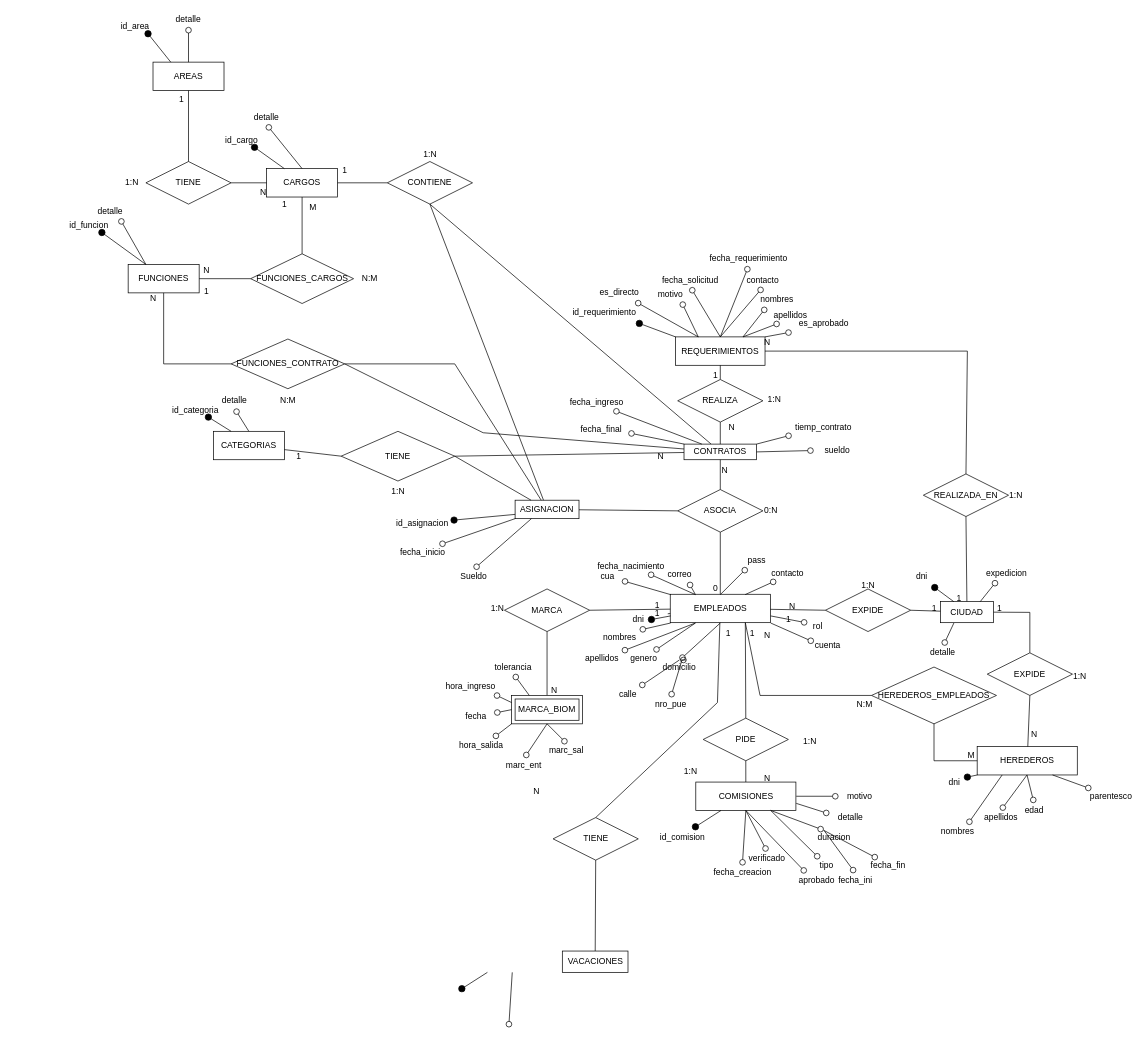
tomyivan/diagramas-DB keeps this draw.io diagram as page "Página-2" (2 of 4) of Diagrama SRH.drawio. Above is the earlier version. Source tidied: cells renumbered, new cells numbered last; positions are measured from the earlier drawing's top-left corner, leaving out a move shared by most shapes. Both pictures are drawn from the tidied source at 71%, with x=0, y=0 at pixel (64, 12).
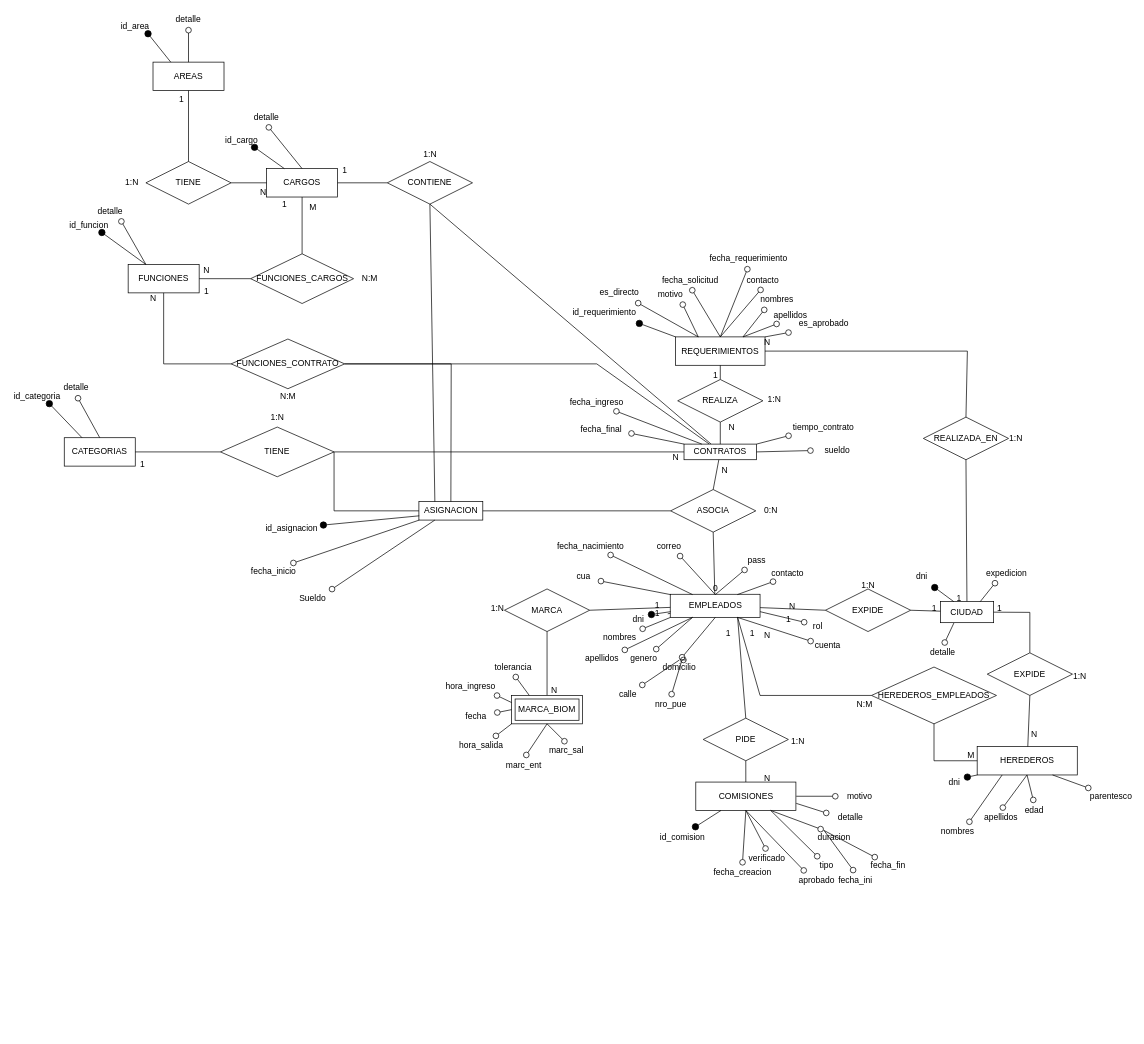
The same page after the edit.

Unchanged cells that the change refers to:
```xml
<mxCell id="46" value="CONTIENE" style="shape=rhombus;perimeter=rhombusPerimeter;whiteSpace=wrap;html=1;align=center;" parent="1" vertex="1">
  <mxGeometry x="455" y="210" width="120" height="60" as="geometry" />
</mxCell>
<mxCell id="51" value="FUNCIONES_CONTRATO" style="shape=rhombus;perimeter=rhombusPerimeter;whiteSpace=wrap;html=1;align=center;" parent="1" vertex="1">
  <mxGeometry x="235" y="460" width="160" height="70" as="geometry" />
</mxCell>
<mxCell id="181" value="CONTRATOS" style="whiteSpace=wrap;html=1;align=center;" parent="1" vertex="1">
  <mxGeometry x="872.9" y="608" width="102.2" height="22" as="geometry" />
</mxCell>
```

The edit, as a diff of the source:
```diff
@@
     <mxCell id="53" style="endArrow=none;html=1;rounded=0;exitX=1;exitY=0.5;exitDx=0;exitDy=0;" parent="1" edge="1" source="51" target="181">
       <mxGeometry relative="1" as="geometry">
         <Array as="points">
-          <mxPoint x="590" y="592" />
+          <mxPoint x="750" y="495" />
         </Array>
       </mxGeometry>
     </mxCell>
@@
     <mxCell id="55" value="N:M" style="text;html=1;align=center;verticalAlign=middle;strokeColor=none;fillColor=none;" parent="1" vertex="1">
-      <mxGeometry x="290" y="532" width="50" height="30" as="geometry" />
+      <mxGeometry x="290" y="526" width="50" height="30" as="geometry" />
     </mxCell>
     <mxCell id="56" value="EMPLEADOS" style="whiteSpace=wrap;html=1;align=center;" parent="1" vertex="1">
-      <mxGeometry x="853.5" y="819.5" width="141" height="40" as="geometry" />
+      <mxGeometry x="853.5" y="819.5" width="126.5" height="32.5" as="geometry" />
     </mxCell>
@@
     <mxCell id="66" value="fecha_nacimiento" style="whiteSpace=wrap;html=1;align=center;strokeColor=none;fillColor=none;" parent="1" vertex="1">
-      <mxGeometry x="750.5" y="770" width="95" height="20" as="geometry" />
+      <mxGeometry x="694" y="742" width="95" height="20" as="geometry" />
     </mxCell>
@@
     <mxCell id="77" value="correo" style="whiteSpace=wrap;html=1;align=center;strokeColor=none;fillColor=none;" parent="1" vertex="1">
-      <mxGeometry x="841.5" y="782" width="50" height="20" as="geometry" />
+      <mxGeometry x="826.5" y="742" width="50" height="20" as="geometry" />
     </mxCell>
@@
     <mxCell id="81" value="cua" style="whiteSpace=wrap;html=1;align=center;strokeColor=none;fillColor=none;" parent="1" vertex="1">
-      <mxGeometry x="746.2" y="784.5" width="38.8" height="20" as="geometry" />
+      <mxGeometry x="711.8" y="784.5" width="38.8" height="20" as="geometry" />
     </mxCell>
@@
     <mxCell id="98" value="REALIZADA_EN" style="shape=rhombus;perimeter=rhombusPerimeter;whiteSpace=wrap;html=1;align=center;" parent="1" vertex="1">
-      <mxGeometry x="1210" y="650" width="120" height="60" as="geometry" />
+      <mxGeometry x="1210" y="570" width="120" height="60" as="geometry" />
     </mxCell>
@@
     <mxCell id="105" value="1:N" style="text;html=1;align=center;verticalAlign=middle;strokeColor=none;fillColor=none;" parent="1" vertex="1">
-      <mxGeometry x="1320" y="665" width="40" height="30" as="geometry" />
+      <mxGeometry x="1320" y="585" width="40" height="30" as="geometry" />
     </mxCell>
@@
     <mxCell id="149" value="1:N" style="text;html=1;align=center;verticalAlign=middle;strokeColor=none;fillColor=none;" parent="1" vertex="1">
-      <mxGeometry x="1030" y="1012" width="40" height="30" as="geometry" />
+      <mxGeometry x="1012.8" y="1012" width="40" height="30" as="geometry" />
     </mxCell>
@@
-    <mxCell id="156" value="TIENE" style="shape=rhombus;perimeter=rhombusPerimeter;whiteSpace=wrap;html=1;align=center;" parent="1" vertex="1">
-      <mxGeometry x="688.5" y="1134" width="120" height="60" as="geometry" />
-    </mxCell>
-    <mxCell id="157" style="endArrow=none;html=1;rounded=0;exitX=0.5;exitY=0;exitDx=0;exitDy=0;" parent="1" edge="1" source="156" target="56">
-      <mxGeometry relative="1" as="geometry">
-        <Array as="points">
-          <mxPoint x="920" y="972" />
-        </Array>
-      </mxGeometry>
-    </mxCell>
-    <mxCell id="158" style="endArrow=none;html=1;rounded=0;entryX=0.5;entryY=1;entryDx=0;entryDy=0;" parent="1" edge="1" source="159" target="156">
-      <mxGeometry relative="1" as="geometry" />
-    </mxCell>
-    <mxCell id="159" value="VACACIONES" style="whiteSpace=wrap;html=1;align=center;" parent="1" vertex="1">
-      <mxGeometry x="701.5" y="1322" width="92.5" height="30" as="geometry" />
-    </mxCell>
@@
-    <mxCell id="161" value="N" style="text;html=1;align=center;verticalAlign=middle;strokeColor=none;fillColor=none;" parent="1" vertex="1">
-      <mxGeometry x="650" y="1082" width="30" height="30" as="geometry" />
-    </mxCell>
-    <mxCell id="162" value="1:N" style="text;html=1;align=center;verticalAlign=middle;strokeColor=none;fillColor=none;" parent="1" vertex="1">
-      <mxGeometry x="862" y="1054" width="40" height="30" as="geometry" />
-    </mxCell>
@@
-    <mxCell id="188" value="tiemp_contrato" style="whiteSpace=wrap;html=1;align=center;strokeColor=none;fillColor=none;" parent="1" vertex="1">
+    <mxCell id="188" value="tiempo_contrato" style="whiteSpace=wrap;html=1;align=center;strokeColor=none;fillColor=none;" parent="1" vertex="1">
       <mxGeometry x="1025.1" y="575" width="88.6" height="20" as="geometry" />
     </mxCell>
@@
     <mxCell id="193" value="ASOCIA" style="shape=rhombus;perimeter=rhombusPerimeter;whiteSpace=wrap;html=1;align=center;" parent="1" vertex="1">
-      <mxGeometry x="864" y="672" width="120" height="60" as="geometry" />
+      <mxGeometry x="854" y="672" width="120" height="60" as="geometry" />
     </mxCell>
@@
-    <mxCell id="209" style="endArrow=circle;html=1;rounded=0;strokeColor=default;shadow=0;startFill=0;fillOpacity=100;endFill=0;snapToPoint=1;fixDash=1;backgroundOutline=1;comic=0;jiggle=1;enumerate=0;orthogonal=0;strokeOpacity=100;arcSize=210;startArrow=none;strokeWidth=1;startSize=0;endSize=3;" parent="1" edge="1">
-      <mxGeometry relative="1" as="geometry">
-        <mxPoint x="631" y="1352" as="sourcePoint" />
-        <mxPoint x="626" y="1430" as="targetPoint" />
-      </mxGeometry>
-    </mxCell>
-    <mxCell id="210" style="endArrow=none;html=1;rounded=0;shadow=0;startFill=1;fillOpacity=100;endFill=1;snapToPoint=1;fixDash=1;backgroundOutline=1;comic=0;jiggle=1;enumerate=0;orthogonal=0;strokeOpacity=100;arcSize=210;startArrow=oval;strokeWidth=1;startSize=9;" parent="1" edge="1">
-      <mxGeometry relative="1" as="geometry">
-        <mxPoint x="560" y="1375" as="sourcePoint" />
-        <mxPoint x="596" y="1352" as="targetPoint" />
-      </mxGeometry>
-    </mxCell>
     <mxCell id="211" value="CATEGORIAS" style="whiteSpace=wrap;html=1;align=center;" parent="1" vertex="1">
-      <mxGeometry x="210" y="590" width="100" height="40" as="geometry" />
+      <mxGeometry y="599" width="100" height="40" as="geometry" />
     </mxCell>
     <mxCell id="212" value="TIENE" style="shape=rhombus;perimeter=rhombusPerimeter;whiteSpace=wrap;html=1;align=center;" parent="1" vertex="1">
-      <mxGeometry x="390" y="590" width="160" height="70" as="geometry" />
+      <mxGeometry x="220" y="584" width="160" height="70" as="geometry" />
     </mxCell>
@@
     <mxCell id="216" value="detalle" style="whiteSpace=wrap;html=1;align=center;strokeColor=none;fillColor=none;" parent="1" vertex="1">
-      <mxGeometry x="220" y="536" width="40" height="22" as="geometry" />
+      <mxGeometry x="-3" y="517" width="40" height="22" as="geometry" />
     </mxCell>
     <mxCell id="217" value="id_categoria" style="whiteSpace=wrap;html=1;align=center;strokeColor=none;fillColor=none;" parent="1" vertex="1">
-      <mxGeometry x="150" y="550" width="70" height="20" as="geometry" />
+      <mxGeometry x="-73" y="531" width="70" height="20" as="geometry" />
     </mxCell>
@@
     <mxCell id="219" value="1" style="text;html=1;align=center;verticalAlign=middle;strokeColor=none;fillColor=none;" parent="1" vertex="1">
-      <mxGeometry x="315" y="610" width="30" height="30" as="geometry" />
+      <mxGeometry x="95" y="622" width="30" height="30" as="geometry" />
     </mxCell>
     <mxCell id="220" value="N" style="text;html=1;align=center;verticalAlign=middle;strokeColor=none;fillColor=none;" parent="1" vertex="1">
-      <mxGeometry x="825" y="610" width="30" height="30" as="geometry" />
+      <mxGeometry x="845.5" y="612" width="30" height="30" as="geometry" />
     </mxCell>
     <mxCell id="221" value="1:N" style="text;html=1;align=center;verticalAlign=middle;strokeColor=none;fillColor=none;" parent="1" vertex="1">
-      <mxGeometry x="450" y="660" width="40" height="30" as="geometry" />
+      <mxGeometry x="280" y="556" width="40" height="30" as="geometry" />
     </mxCell>
     <mxCell id="222" value="ASIGNACION" style="whiteSpace=wrap;html=1;align=center;" parent="1" vertex="1">
-      <mxGeometry x="635" y="687" width="90" height="26" as="geometry" />
+      <mxGeometry x="499.5" y="689" width="90" height="26" as="geometry" />
     </mxCell>
@@
     <mxCell id="224" value="id_asignacion" style="whiteSpace=wrap;html=1;align=center;strokeColor=none;fillColor=none;" parent="1" vertex="1">
-      <mxGeometry x="460" y="710" width="88.6" height="20" as="geometry" />
+      <mxGeometry x="276.4" y="717" width="88.6" height="20" as="geometry" />
     </mxCell>
@@
     <mxCell id="227" value="fecha_inicio" style="whiteSpace=wrap;html=1;align=center;strokeColor=none;fillColor=none;" parent="1" vertex="1">
-      <mxGeometry x="460" y="750" width="90" height="20" as="geometry" />
+      <mxGeometry x="250" y="777" width="90" height="20" as="geometry" />
     </mxCell>
@@
     <mxCell id="229" value="Sueldo" style="whiteSpace=wrap;html=1;align=center;strokeColor=none;fillColor=none;" parent="1" vertex="1">
-      <mxGeometry x="532" y="784" width="90" height="20" as="geometry" />
+      <mxGeometry x="305" y="815" width="90" height="20" as="geometry" />
     </mxCell>
-    <mxCell id="230" style="endArrow=none;html=1;rounded=0;exitX=0.5;exitY=1;exitDx=0;exitDy=0;" parent="1" edge="1" source="46" target="222">
+    <mxCell id="230" style="endArrow=none;html=1;rounded=0;exitX=0.5;exitY=1;exitDx=0;exitDy=0;entryX=0.25;entryY=0;entryDx=0;entryDy=0;" parent="1" edge="1" source="46" target="222">
       <mxGeometry relative="1" as="geometry" />
     </mxCell>
     <mxCell id="231" style="endArrow=none;html=1;rounded=0;exitX=1;exitY=0.5;exitDx=0;exitDy=0;" parent="1" edge="1" source="51" target="222">
       <mxGeometry relative="1" as="geometry">
         <Array as="points">
-          <mxPoint x="550" y="495" />
+          <mxPoint x="545" y="495" />
         </Array>
       </mxGeometry>
     </mxCell>
     <mxCell id="232" style="endArrow=none;html=1;rounded=0;exitX=1;exitY=0.5;exitDx=0;exitDy=0;" parent="1" edge="1" source="212" target="222">
-      <mxGeometry relative="1" as="geometry" />
+      <mxGeometry relative="1" as="geometry">
+        <Array as="points">
+          <mxPoint x="380" y="702" />
+        </Array>
+      </mxGeometry>
     </mxCell>
```
